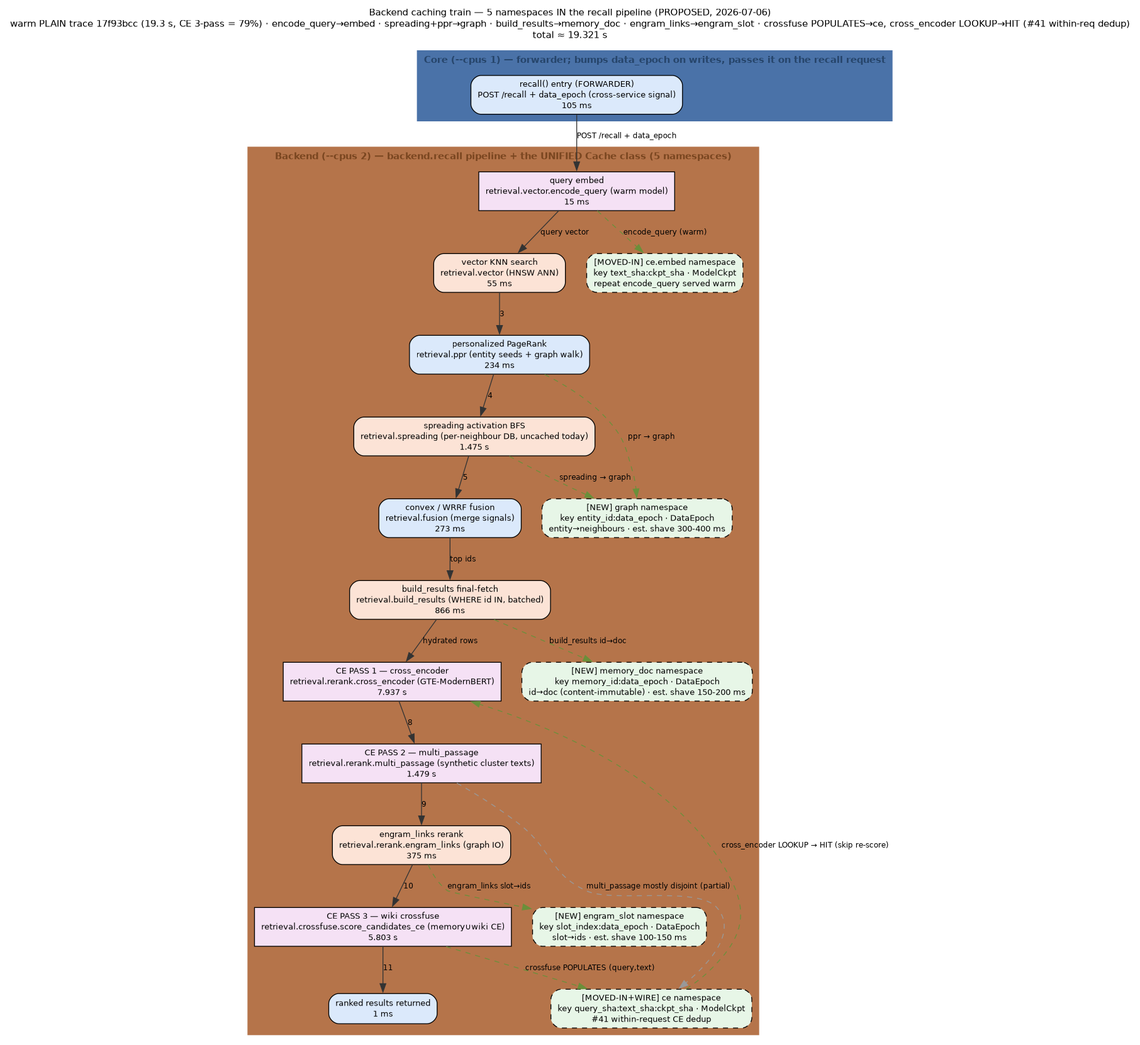
Earlier version of the Graphviz export docs/diagrams/out/backend-cache-in-pipeline-2026-07-06-1230.png (m-agahi/yadgar). Its source is kept beside it as docs/diagrams/out/backend-cache-in-pipeline-2026-07-06-1230.dot.
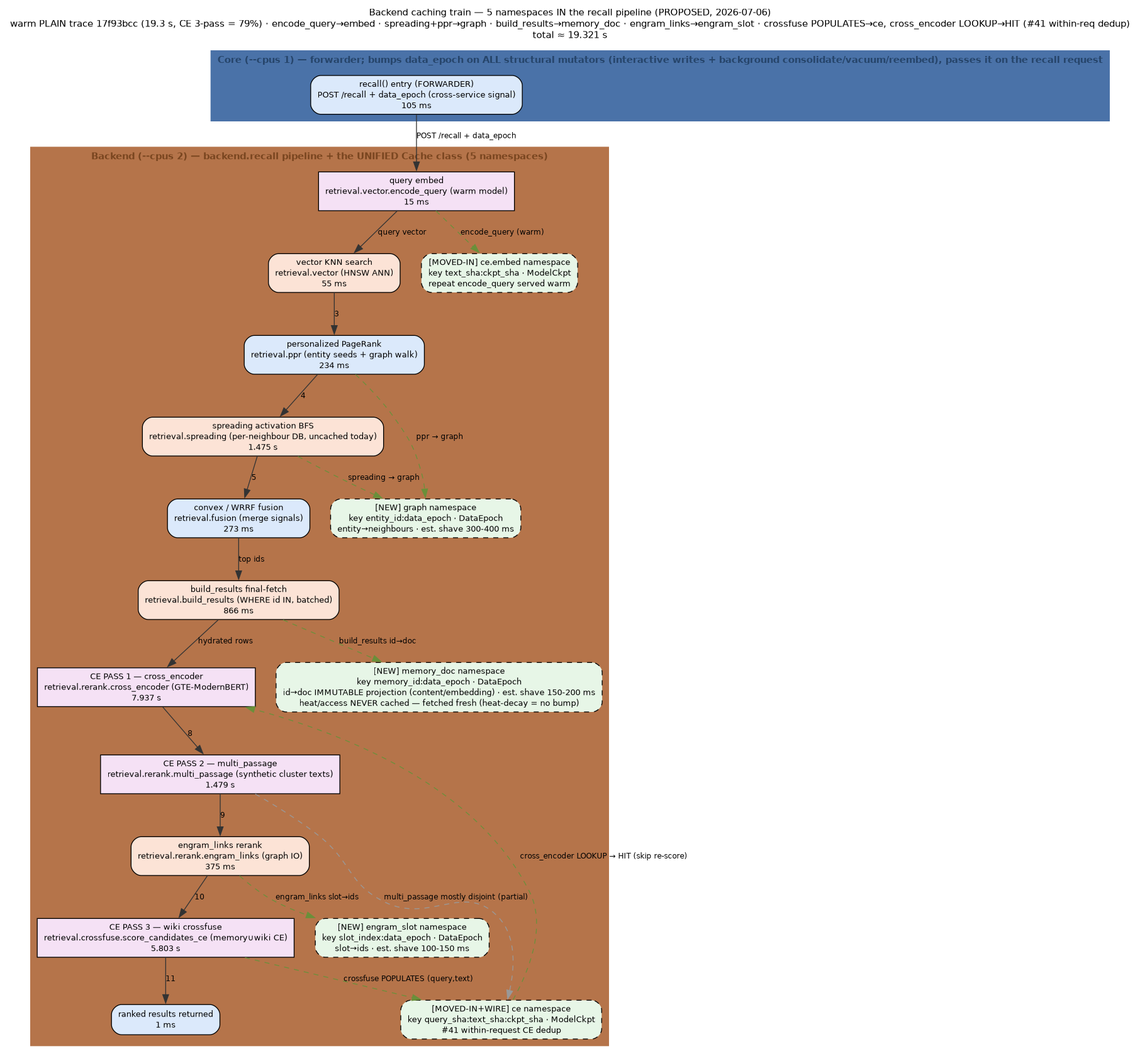
The same file after the commit.

Commit message:
docs(diagrams): backend-cache data_epoch bumped by ALL structural mutators (interactive + background consolidate/vacuum/reembed) + heat-never-cached note

Diff of the diagram source:
```diff
@@ -11,7 +11,7 @@
 warm PLAIN trace 17f93bcc (19.3 s, CE 3-pass = 79%) · encode_query→embed · spreading+ppr→graph · build_results→memory_doc · engram_links→engram_slot · crossfuse POPULATES→ce, cross_encoder LOOKUP→HIT (#41 within-req dedup)
 total ≈ 19.321 s";
   subgraph "cluster_core" {
-    label="Core (--cpus 1) — forwarder; bumps data_epoch on writes, passes it on the recall request";
+    label="Core (--cpus 1) — forwarder; bumps data_epoch on ALL structural mutators (interactive writes + background consolidate/vacuum/reembed), passes it on the recall request";
     style=filled;
     bgcolor="#eef4fb";
     color="#4a72a8";
@@ -39,7 +39,7 @@
     "results" [shape="box", style="rounded,filled", fillcolor="#dbe9fb", label="ranked results returned\n1 ms"];
     "ns_embed" [shape="box", style="rounded,filled,dashed", fillcolor="#e7f6e7", label="[MOVED-IN] ce.embed namespace\nkey text_sha:ckpt_sha · ModelCkpt\nrepeat encode_query served warm"];
     "ns_graph" [shape="box", style="rounded,filled,dashed", fillcolor="#e7f6e7", label="[NEW] graph namespace\nkey entity_id:data_epoch · DataEpoch\nentity→neighbours · est. shave 300-400 ms"];
-    "ns_mdoc" [shape="box", style="rounded,filled,dashed", fillcolor="#e7f6e7", label="[NEW] memory_doc namespace\nkey memory_id:data_epoch · DataEpoch\nid→doc (content-immutable) · est. shave 150-200 ms"];
+    "ns_mdoc" [shape="box", style="rounded,filled,dashed", fillcolor="#e7f6e7", label="[NEW] memory_doc namespace\nkey memory_id:data_epoch · DataEpoch\nid→doc IMMUTABLE projection (content/embedding) · est. shave 150-200 ms\nheat/access NEVER cached — fetched fresh (heat-decay = no bump)"];
     "ns_slot" [shape="box", style="rounded,filled,dashed", fillcolor="#e7f6e7", label="[NEW] engram_slot namespace\nkey slot_index:data_epoch · DataEpoch\nslot→ids · est. shave 100-150 ms"];
     "ns_ce" [shape="box", style="rounded,filled,dashed", fillcolor="#e7f6e7", label="[MOVED-IN+WIRE] ce namespace\nkey query_sha:text_sha:ckpt_sha · ModelCkpt\n#41 within-request CE dedup"];
   }
```
